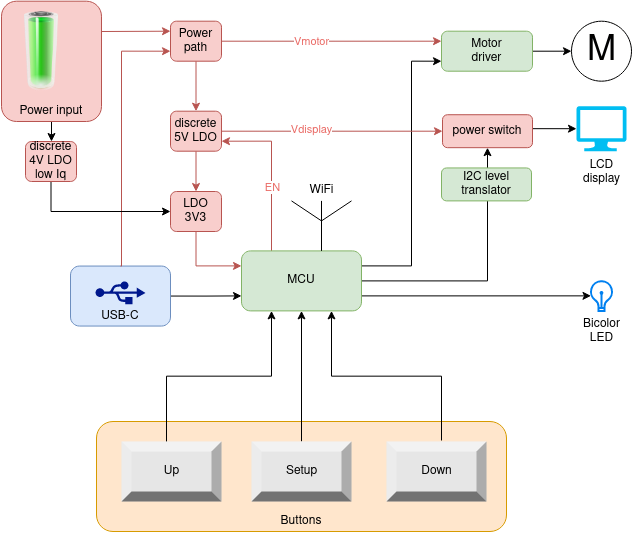
Before: docs/architecture.drawio.png, a diagram exported from draw.io (LieBtrau/chickenguard-2019-upgrade). Source tidied: cells renumbered, new cells last; positions are measured from the earlier drawing's top-left corner, leaving out a move shared by most shapes.
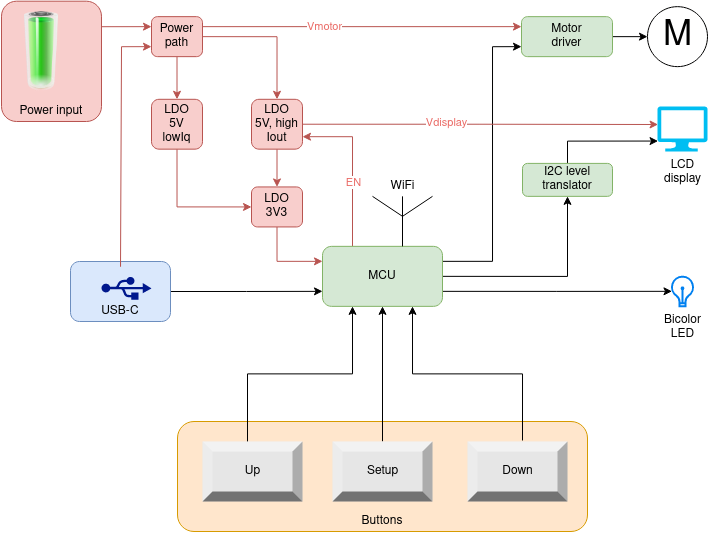
Above is the later version.

The edit, as a diff of the source:
```diff
@@ -6,16 +6,13 @@
       <mxGeometry relative="1" as="geometry" />
     </mxCell>
     <mxCell id="3" value="USB-C" style="rounded=1;whiteSpace=wrap;html=1;fillColor=#dae8fc;strokeColor=#6c8ebf;verticalAlign=bottom;" parent="1" vertex="1">
-      <mxGeometry x="69" y="264.5" width="100" height="60" as="geometry" />
+      <mxGeometry x="69" y="260" width="100" height="60" as="geometry" />
     </mxCell>
-    <mxCell id="4" style="edgeStyle=orthogonalEdgeStyle;rounded=0;jettySize=auto;html=1;exitX=0.5;exitY=1;exitDx=0;exitDy=0;fontColor=#EA6B66;" parent="1" edge="1" source="5" target="43">
-      <mxGeometry relative="1" as="geometry" />
-    </mxCell>
     <mxCell id="5" value="Power input" style="rounded=1;whiteSpace=wrap;html=1;fillColor=#f8cecc;strokeColor=#b85450;verticalAlign=bottom;" parent="1" vertex="1">
       <mxGeometry y="-0.3" width="100" height="120.3" as="geometry" />
     </mxCell>
     <mxCell id="6" value="Buttons" style="rounded=1;whiteSpace=wrap;html=1;fillColor=#ffe6cc;strokeColor=#d79b00;verticalAlign=bottom;" parent="1" vertex="1">
-      <mxGeometry x="95" y="420" width="410" height="110" as="geometry" />
+      <mxGeometry x="176" y="420" width="410" height="110" as="geometry" />
     </mxCell>
     <mxCell id="7" style="edgeStyle=orthogonalEdgeStyle;rounded=0;jettySize=auto;html=1;exitX=1;exitY=0.5;exitDx=0;exitDy=0;entryX=0;entryY=0.5;entryDx=0;entryDy=0;startArrow=none;" parent="1" edge="1" source="26" target="15">
       <mxGeometry relative="1" as="geometry" />
@@ -23,21 +20,21 @@
     <mxCell id="8" style="edgeStyle=orthogonalEdgeStyle;rounded=0;jettySize=auto;html=1;exitX=1;exitY=0.25;exitDx=0;exitDy=0;entryX=0;entryY=0.75;entryDx=0;entryDy=0;" parent="1" edge="1" source="13" target="26">
       <mxGeometry relative="1" as="geometry">
         <Array as="points">
-          <mxPoint x="410" y="264" />
-          <mxPoint x="410" y="60" />
+          <mxPoint x="491" y="260" />
+          <mxPoint x="491" y="45" />
         </Array>
       </mxGeometry>
     </mxCell>
     <mxCell id="9" style="edgeStyle=orthogonalEdgeStyle;rounded=0;jettySize=auto;html=1;exitX=1;exitY=0.75;exitDx=0;exitDy=0;entryX=0.039;entryY=0.494;entryDx=0;entryDy=0;entryPerimeter=0;" parent="1" edge="1" source="13" target="25">
       <mxGeometry relative="1" as="geometry" />
     </mxCell>
-    <mxCell id="10" style="edgeStyle=orthogonalEdgeStyle;rounded=0;jettySize=auto;html=1;exitX=1;exitY=0.5;exitDx=0;exitDy=0;entryX=0.5;entryY=1;entryDx=0;entryDy=0;fontColor=#EA6B66;" parent="1" edge="1" source="13" target="35">
+    <mxCell id="10" style="edgeStyle=orthogonalEdgeStyle;rounded=0;jettySize=auto;html=1;exitX=1;exitY=0.5;exitDx=0;exitDy=0;entryX=0.5;entryY=1;entryDx=0;entryDy=0;fontColor=#EA6B66;" parent="1" edge="1" source="13" target="41">
       <mxGeometry relative="1" as="geometry" />
     </mxCell>
-    <mxCell id="11" style="edgeStyle=orthogonalEdgeStyle;rounded=0;jettySize=auto;html=1;exitX=0.25;exitY=0;exitDx=0;exitDy=0;entryX=1;entryY=0.75;entryDx=0;entryDy=0;fontColor=#EA6B66;fillColor=#f8cecc;strokeColor=#b85450;" parent="1" edge="1" source="13" target="39">
+    <mxCell id="11" style="edgeStyle=orthogonalEdgeStyle;rounded=0;jettySize=auto;html=1;exitX=0.25;exitY=0;exitDx=0;exitDy=0;fontColor=#EA6B66;fillColor=#f8cecc;strokeColor=#b85450;entryX=1;entryY=0.75;entryDx=0;entryDy=0;" parent="1" edge="1" source="13" target="39">
       <mxGeometry relative="1" as="geometry">
         <Array as="points">
-          <mxPoint x="270" y="140" />
+          <mxPoint x="351" y="135" />
         </Array>
       </mxGeometry>
     </mxCell>
@@ -45,19 +42,19 @@
       <mxGeometry x="-0.2" y="-1" relative="1" as="geometry" />
     </mxCell>
     <mxCell id="13" value="MCU" style="rounded=1;whiteSpace=wrap;html=1;fillColor=#d5e8d4;strokeColor=#82b366;" parent="1" vertex="1">
-      <mxGeometry x="240" y="249.4" width="120" height="60" as="geometry" />
+      <mxGeometry x="321" y="244.8" width="120" height="60" as="geometry" />
     </mxCell>
     <mxCell id="14" value="WiFi" style="verticalLabelPosition=top;shadow=0;dashed=0;align=center;html=1;verticalAlign=bottom;shape=mxgraph.electrical.radio.aerial_-_antenna_1;labelPosition=center;" parent="1" vertex="1">
-      <mxGeometry x="290" y="199.4" width="60" height="50" as="geometry" />
+      <mxGeometry x="371" y="194.8" width="60" height="50" as="geometry" />
     </mxCell>
     <mxCell id="15" value="M" style="verticalLabelPosition=middle;shadow=0;dashed=0;align=center;html=1;verticalAlign=middle;strokeWidth=1;shape=ellipse;fontSize=35;" parent="1" vertex="1">
-      <mxGeometry x="570" y="19.7" width="60" height="60" as="geometry" />
+      <mxGeometry x="646" y="5.1" width="60" height="60" as="geometry" />
     </mxCell>
     <mxCell id="16" style="edgeStyle=orthogonalEdgeStyle;rounded=0;jettySize=auto;html=1;exitX=0.5;exitY=0;exitDx=0;exitDy=0;entryX=0;entryY=0.75;entryDx=0;entryDy=0;fillColor=#f8cecc;strokeColor=#b85450;" parent="1" edge="1" source="3" target="33">
       <mxGeometry relative="1" as="geometry">
         <Array as="points">
           <mxPoint x="120" y="265" />
-          <mxPoint x="120" y="50" />
+          <mxPoint x="120" y="45" />
         </Array>
       </mxGeometry>
     </mxCell>
@@ -77,36 +74,36 @@
       <mxGeometry relative="1" as="geometry" />
     </mxCell>
     <mxCell id="20" value="&lt;div&gt;Up&lt;/div&gt;" style="labelPosition=center;verticalLabelPosition=middle;align=center;html=1;shape=mxgraph.basic.shaded_button;dx=10;fillColor=#E6E6E6;strokeColor=none;" parent="1" vertex="1">
-      <mxGeometry x="120" y="440" width="100" height="60" as="geometry" />
+      <mxGeometry x="201" y="440" width="100" height="60" as="geometry" />
     </mxCell>
     <mxCell id="21" style="edgeStyle=orthogonalEdgeStyle;rounded=0;jettySize=auto;html=1;entryX=0.5;entryY=1;entryDx=0;entryDy=0;" parent="1" edge="1" source="22" target="13">
       <mxGeometry relative="1" as="geometry" />
     </mxCell>
     <mxCell id="22" value="Setup" style="labelPosition=center;verticalLabelPosition=middle;align=center;html=1;shape=mxgraph.basic.shaded_button;dx=10;fillColor=#E6E6E6;strokeColor=none;" parent="1" vertex="1">
-      <mxGeometry x="250" y="440" width="100" height="60" as="geometry" />
+      <mxGeometry x="331" y="440" width="100" height="60" as="geometry" />
     </mxCell>
     <mxCell id="23" style="edgeStyle=orthogonalEdgeStyle;rounded=0;jettySize=auto;html=1;entryX=0.75;entryY=1;entryDx=0;entryDy=0;exitX=0.55;exitY=-0.017;exitDx=0;exitDy=0;exitPerimeter=0;" parent="1" edge="1" source="24" target="13">
       <mxGeometry relative="1" as="geometry" />
     </mxCell>
     <mxCell id="24" value="Down" style="labelPosition=center;verticalLabelPosition=middle;align=center;html=1;shape=mxgraph.basic.shaded_button;dx=10;fillColor=#E6E6E6;strokeColor=none;" parent="1" vertex="1">
-      <mxGeometry x="385" y="440" width="100" height="60" as="geometry" />
+      <mxGeometry x="466" y="440" width="100" height="60" as="geometry" />
     </mxCell>
     <mxCell id="25" value="&lt;div&gt;Bicolor&lt;/div&gt;&lt;div&gt;LED&lt;br&gt;&lt;/div&gt;" style="html=1;verticalLabelPosition=bottom;align=center;labelBackgroundColor=#ffffff;verticalAlign=top;strokeWidth=2;strokeColor=#0080F0;shadow=0;dashed=0;shape=mxgraph.ios7.icons.lightbulb;fillColor=none;" parent="1" vertex="1">
-      <mxGeometry x="588.6" y="279.7" width="22.8" height="29.7" as="geometry" />
+      <mxGeometry x="669.6" y="275.1" width="22.8" height="29.7" as="geometry" />
     </mxCell>
     <mxCell id="26" value="&lt;div&gt;Motor&lt;/div&gt;&lt;div&gt;driver&lt;/div&gt;" style="rounded=1;whiteSpace=wrap;html=1;fillColor=#d5e8d4;strokeColor=#82b366;" parent="1" vertex="1">
-      <mxGeometry x="440" y="29.7" width="91" height="40" as="geometry" />
+      <mxGeometry x="520" y="15.1" width="91" height="40" as="geometry" />
     </mxCell>
     <mxCell id="27" value="&lt;div&gt;LCD&lt;/div&gt;&lt;div&gt;display&lt;br&gt;&lt;/div&gt;" style="verticalLabelPosition=bottom;html=1;verticalAlign=top;align=center;strokeColor=none;fillColor=#00BEF2;shape=mxgraph.azure.computer;" parent="1" vertex="1">
-      <mxGeometry x="575" y="104.7" width="50" height="45" as="geometry" />
+      <mxGeometry x="656" y="105" width="50" height="45" as="geometry" />
     </mxCell>
     <mxCell id="28" style="edgeStyle=orthogonalEdgeStyle;rounded=0;jettySize=auto;html=1;exitX=0.5;exitY=1;exitDx=0;exitDy=0;entryX=0;entryY=0.25;entryDx=0;entryDy=0;fillColor=#f8cecc;strokeColor=#b85450;" parent="1" edge="1" source="29" target="13">
       <mxGeometry relative="1" as="geometry" />
     </mxCell>
     <mxCell id="29" value="LDO 3V3" style="rounded=1;whiteSpace=wrap;html=1;fillColor=#f8cecc;strokeColor=#b85450;" parent="1" vertex="1">
-      <mxGeometry x="169" y="190" width="51" height="40" as="geometry" />
+      <mxGeometry x="250" y="185.4" width="51" height="40" as="geometry" />
     </mxCell>
-    <mxCell id="30" style="edgeStyle=orthogonalEdgeStyle;rounded=0;jettySize=auto;html=1;exitX=1;exitY=0.5;exitDx=0;exitDy=0;entryX=0;entryY=0.25;entryDx=0;entryDy=0;fillColor=#f8cecc;strokeColor=#b85450;" parent="1" edge="1" source="33" target="26">
+    <mxCell id="30" style="edgeStyle=orthogonalEdgeStyle;rounded=0;jettySize=auto;html=1;entryX=0;entryY=0.25;entryDx=0;entryDy=0;fillColor=#f8cecc;strokeColor=#b85450;exitX=1;exitY=0.25;exitDx=0;exitDy=0;" parent="1" edge="1" source="33" target="26">
       <mxGeometry relative="1" as="geometry" />
     </mxCell>
     <mxCell id="31" value="Vmotor" style="edgeLabel;html=1;align=center;verticalAlign=middle;fontColor=#EA6B66;" parent="30" vertex="1">
@@ -114,45 +111,41 @@
         <mxPoint x="18" y="2" as="offset" />
       </mxGeometry>
     </mxCell>
-    <mxCell id="32" style="edgeStyle=orthogonalEdgeStyle;rounded=0;jettySize=auto;html=1;exitX=0.5;exitY=1;exitDx=0;exitDy=0;entryX=0.5;entryY=0;entryDx=0;entryDy=0;fontColor=#EA6B66;fillColor=#f8cecc;strokeColor=#b85450;" parent="1" edge="1" source="33" target="39">
+    <mxCell id="32" style="edgeStyle=orthogonalEdgeStyle;rounded=0;jettySize=auto;html=1;exitX=1;exitY=0.5;exitDx=0;exitDy=0;entryX=0.5;entryY=0;entryDx=0;entryDy=0;fontColor=#EA6B66;fillColor=#f8cecc;strokeColor=#b85450;" parent="1" edge="1" source="33" target="39">
       <mxGeometry relative="1" as="geometry" />
     </mxCell>
+    <mxCell id="44" style="edgeStyle=orthogonalEdgeStyle;rounded=0;jettySize=auto;html=1;exitX=0.5;exitY=1;exitDx=0;exitDy=0;entryX=0.5;entryY=0;entryDx=0;entryDy=0;fontColor=#EA6B66;fillColor=#f8cecc;strokeColor=#b85450;" parent="1" edge="1" source="33" target="43">
+      <mxGeometry relative="1" as="geometry" />
+    </mxCell>
     <mxCell id="33" value="&lt;div&gt;Power&lt;/div&gt;&lt;div&gt;path&lt;br&gt;&lt;/div&gt;" style="rounded=1;whiteSpace=wrap;html=1;fillColor=#f8cecc;strokeColor=#b85450;" parent="1" vertex="1">
-      <mxGeometry x="169" y="19.7" width="51" height="40" as="geometry" />
+      <mxGeometry x="150" y="15.1" width="51" height="40" as="geometry" />
     </mxCell>
-    <mxCell id="34" style="edgeStyle=orthogonalEdgeStyle;rounded=0;jettySize=auto;html=1;exitX=1;exitY=0.5;exitDx=0;exitDy=0;entryX=0;entryY=0.5;entryDx=0;entryDy=0;entryPerimeter=0;" parent="1" edge="1" source="35" target="27">
-      <mxGeometry relative="1" as="geometry">
-        <Array as="points">
-          <mxPoint x="521" y="132.7" />
-        </Array>
-      </mxGeometry>
-    </mxCell>
-    <mxCell id="35" value="power switch" style="rounded=1;whiteSpace=wrap;html=1;fillColor=#f8cecc;strokeColor=#b85450;" parent="1" vertex="1">
-      <mxGeometry x="441" y="113.2" width="90" height="33" as="geometry" />
-    </mxCell>
     <mxCell id="36" style="edgeStyle=orthogonalEdgeStyle;rounded=0;jettySize=auto;html=1;exitX=0.5;exitY=1;exitDx=0;exitDy=0;entryX=0.5;entryY=0;entryDx=0;entryDy=0;fillColor=#f8cecc;strokeColor=#b85450;" parent="1" edge="1" source="39" target="29">
       <mxGeometry relative="1" as="geometry" />
     </mxCell>
-    <mxCell id="37" style="edgeStyle=orthogonalEdgeStyle;rounded=0;jettySize=auto;html=1;exitX=1;exitY=0.5;exitDx=0;exitDy=0;entryX=0;entryY=0.5;entryDx=0;entryDy=0;fillColor=#f8cecc;strokeColor=#b85450;fontColor=#EA6B66;" parent="1" edge="1" source="39" target="35">
+    <mxCell id="37" style="edgeStyle=orthogonalEdgeStyle;rounded=0;jettySize=auto;html=1;exitX=1;exitY=0.5;exitDx=0;exitDy=0;entryX=0.011;entryY=0.4;entryDx=0;entryDy=0;fillColor=#f8cecc;strokeColor=#b85450;fontColor=#EA6B66;entryPerimeter=0;" parent="1" edge="1" source="39" target="27">
       <mxGeometry relative="1" as="geometry" />
     </mxCell>
     <mxCell id="38" value="Vdisplay" style="edgeLabel;html=1;align=center;verticalAlign=middle;fontColor=#EA6B66;" parent="37" vertex="1">
       <mxGeometry x="-0.19" y="2" relative="1" as="geometry" />
     </mxCell>
-    <mxCell id="39" value="discrete 5V LDO" style="rounded=1;whiteSpace=wrap;html=1;fillColor=#f8cecc;strokeColor=#b85450;" parent="1" vertex="1">
-      <mxGeometry x="169" y="109.7" width="51" height="40" as="geometry" />
+    <mxCell id="39" value="&lt;div&gt;LDO&lt;/div&gt;&lt;div&gt;5V, high Iout&lt;br&gt;&lt;/div&gt;" style="rounded=1;whiteSpace=wrap;html=1;fillColor=#f8cecc;strokeColor=#b85450;" parent="1" vertex="1">
+      <mxGeometry x="250" y="97.8" width="51" height="49.9" as="geometry" />
     </mxCell>
     <mxCell id="40" style="sketch=0;shadow=0;dashed=0;html=1;strokeColor=none;labelPosition=center;verticalLabelPosition=bottom;verticalAlign=top;align=center;fillColor=#00188D;shape=mxgraph.mscae.enterprise.usb;fontColor=#EA6B66;" parent="1" vertex="1">
-      <mxGeometry x="94" y="279.7" width="50" height="23" as="geometry" />
+      <mxGeometry x="100" y="275.1" width="50" height="23" as="geometry" />
     </mxCell>
+    <mxCell id="45" style="edgeStyle=orthogonalEdgeStyle;rounded=0;jettySize=auto;html=1;exitX=0.5;exitY=0;exitDx=0;exitDy=0;entryX=0.011;entryY=0.768;entryDx=0;entryDy=0;entryPerimeter=0;fontColor=#EA6B66;" parent="1" edge="1" source="41" target="27">
+      <mxGeometry relative="1" as="geometry" />
+    </mxCell>
     <mxCell id="41" value="I2C level translator" style="rounded=1;whiteSpace=wrap;html=1;fillColor=#d5e8d4;strokeColor=#82b366;" parent="1" vertex="1">
-      <mxGeometry x="440" y="166.4" width="90" height="33" as="geometry" />
+      <mxGeometry x="521" y="161.9" width="90" height="33" as="geometry" />
     </mxCell>
-    <mxCell id="42" style="edgeStyle=orthogonalEdgeStyle;rounded=0;jettySize=auto;html=1;exitX=0.5;exitY=1;exitDx=0;exitDy=0;entryX=0;entryY=0.5;entryDx=0;entryDy=0;fontColor=#EA6B66;" parent="1" edge="1" source="43" target="29">
+    <mxCell id="42" style="edgeStyle=orthogonalEdgeStyle;rounded=0;jettySize=auto;html=1;exitX=0.5;exitY=1;exitDx=0;exitDy=0;entryX=0;entryY=0.5;entryDx=0;entryDy=0;fontColor=#EA6B66;fillColor=#f8cecc;strokeColor=#b85450;" parent="1" edge="1" source="43" target="29">
       <mxGeometry relative="1" as="geometry" />
     </mxCell>
-    <mxCell id="43" value="discrete 4V LDO low Iq" style="rounded=1;whiteSpace=wrap;html=1;fillColor=#f8cecc;strokeColor=#b85450;" parent="1" vertex="1">
-      <mxGeometry x="24" y="140" width="51" height="40" as="geometry" />
+    <mxCell id="43" value="&lt;div&gt;LDO&lt;/div&gt;&lt;div&gt;5V&lt;/div&gt;&lt;div&gt;lowIq&lt;br&gt;&lt;/div&gt;" style="rounded=1;whiteSpace=wrap;html=1;fillColor=#f8cecc;strokeColor=#b85450;" parent="1" vertex="1">
+      <mxGeometry x="150" y="97.8" width="51" height="49.9" as="geometry" />
     </mxCell>
   </root>
 </mxGraphModel>
```
